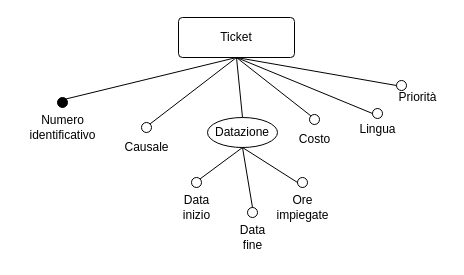
The draw.io diagram Diagrammi/ticket.drawio in fedeStaffo/Progetto_Basi_di_dati, before the edit. Source tidied: cells renumbered, new cells numbered last; positions are measured from the earlier drawing's top-left corner, leaving out a move shared by most shapes. Both pictures are drawn from the tidied source at 100%, with x=0, y=0 at pixel (17, 17).
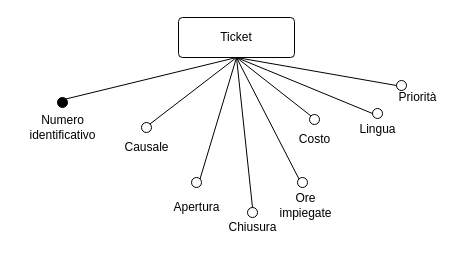
After the change.

The change refers to these unchanged cells:
```xml
<mxCell id="2" value="Ticket" style="rounded=1;arcSize=10;whiteSpace=wrap;html=1;align=center;" parent="1" vertex="1">
  <mxGeometry x="161" width="116" height="40" as="geometry" />
</mxCell>
<mxCell id="7" style="ellipse;whiteSpace=wrap;html=1;" parent="1" vertex="1">
  <mxGeometry x="174" y="160" width="10" height="10" as="geometry" />
</mxCell>
<mxCell id="8" style="ellipse;whiteSpace=wrap;html=1;" parent="1" vertex="1">
  <mxGeometry x="230" y="190" width="10" height="10" as="geometry" />
</mxCell>
<mxCell id="9" style="ellipse;whiteSpace=wrap;html=1;" parent="1" vertex="1">
  <mxGeometry x="280" y="160" width="10" height="10" as="geometry" />
</mxCell>
```

Diff of the diagram source:
```diff
@@
-    <mxCell id="10" value="Datazione" style="ellipse;whiteSpace=wrap;html=1;" parent="1" vertex="1">
-      <mxGeometry x="190" y="100" width="70" height="30" as="geometry" />
-    </mxCell>
-    <mxCell id="11" value="Data&lt;br&gt;inizio" style="text;html=1;align=center;verticalAlign=middle;strokeColor=none;fillColor=none;" parent="1" vertex="1">
-      <mxGeometry x="154" y="170" width="50" height="40" as="geometry" />
+    <mxCell id="11" value="Apertura" style="text;html=1;align=center;verticalAlign=middle;strokeColor=none;fillColor=none;" parent="1" vertex="1">
+      <mxGeometry x="147" y="177" width="64" height="26" as="geometry" />
     </mxCell>
-    <mxCell id="12" value="Data&lt;br&gt;fine" style="text;html=1;align=center;verticalAlign=middle;strokeColor=none;fillColor=none;" parent="1" vertex="1">
-      <mxGeometry x="210" y="200" width="50" height="40" as="geometry" />
+    <mxCell id="12" value="Chiusura" style="text;html=1;align=center;verticalAlign=middle;strokeColor=none;fillColor=none;" parent="1" vertex="1">
+      <mxGeometry x="202" y="197" width="66" height="26" as="geometry" />
     </mxCell>
     <mxCell id="13" value="Ore&lt;br&gt;impiegate" style="text;html=1;align=center;verticalAlign=middle;strokeColor=none;fillColor=none;" parent="1" vertex="1">
-      <mxGeometry x="245" y="170" width="80" height="40" as="geometry" />
+      <mxGeometry x="248" y="168" width="80" height="40" as="geometry" />
     </mxCell>
@@
-    <mxCell id="20" style="endArrow=none;html=1;rounded=0;entryX=0.5;entryY=1;entryDx=0;entryDy=0;exitX=0.5;exitY=0;exitDx=0;exitDy=0;" parent="1" edge="1" source="10" target="2">
-      <mxGeometry relative="1" as="geometry" />
-    </mxCell>
-    <mxCell id="21" style="endArrow=none;html=1;rounded=0;exitX=1;exitY=0;exitDx=0;exitDy=0;entryX=0.5;entryY=1;entryDx=0;entryDy=0;" parent="1" edge="1" source="7" target="10">
+    <mxCell id="21" style="endArrow=none;html=1;rounded=0;exitX=1;exitY=0;exitDx=0;exitDy=0;entryX=0.5;entryY=1;entryDx=0;entryDy=0;" parent="1" edge="1" source="7" target="2">
       <mxGeometry relative="1" as="geometry" />
     </mxCell>
-    <mxCell id="22" style="endArrow=none;html=1;rounded=0;entryX=0.5;entryY=1;entryDx=0;entryDy=0;exitX=0;exitY=0.5;exitDx=0;exitDy=0;" parent="1" edge="1" source="9" target="10">
+    <mxCell id="22" style="endArrow=none;html=1;rounded=0;entryX=0.5;entryY=1;entryDx=0;entryDy=0;exitX=0;exitY=0;exitDx=0;exitDy=0;" parent="1" edge="1" source="9" target="2">
       <mxGeometry relative="1" as="geometry" />
     </mxCell>
-    <mxCell id="23" style="endArrow=none;html=1;rounded=0;entryX=0.5;entryY=1;entryDx=0;entryDy=0;exitX=0.5;exitY=0;exitDx=0;exitDy=0;" parent="1" edge="1" source="8" target="10">
+    <mxCell id="23" style="endArrow=none;html=1;rounded=0;entryX=0.5;entryY=1;entryDx=0;entryDy=0;exitX=0.5;exitY=0;exitDx=0;exitDy=0;" parent="1" edge="1" source="8" target="2">
       <mxGeometry relative="1" as="geometry" />
     </mxCell>
```
